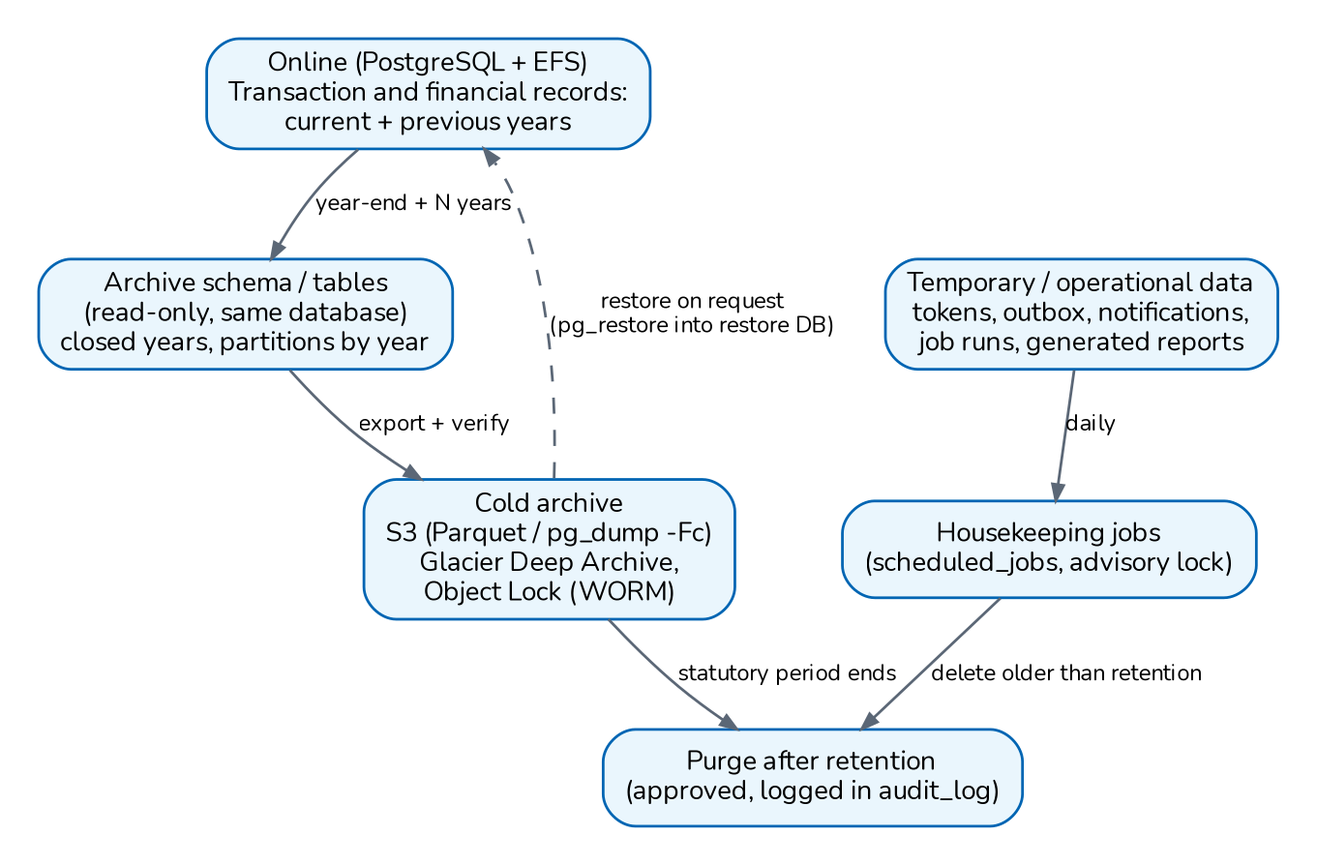
IortaTexhNXT-DEV/BDOI-OOTB keeps this Graphviz diagram as docs/architecture/diagrams/d10_data_lifecycle.png. Above is the earlier version. Its source is kept beside it as docs/architecture/diagrams/d10_data_lifecycle.dot. Source of this version:
```dot
digraph G {
  graph [rankdir=TB, fontname="Nunito", fontsize=11, nodesep=0.25, ranksep=0.45, pad=0.2];
  node  [shape=box, style="rounded,filled", fillcolor="#EAF6FD", color="#0065B3", fontname="Nunito", fontsize=10];
  edge  [color="#5B6776", fontname="Nunito", fontsize=8.5, arrowsize=0.6];
  live [label="Online (PostgreSQL + EFS)\nTransaction and financial records:\ncurrent + previous years"];
  arch [label="Archive schema / tables\n(read-only, same database)\nclosed years, partitions by year"];
  cold [label="Cold archive\nS3 (Parquet / pg_dump -Fc)\nGlacier Deep Archive,\nObject Lock (WORM)"];
  purge [label="Purge after retention\n(approved, logged in audit_log)"];
  tmp [label="Temporary / operational data\ntokens, outbox, notifications,\njob runs, generated reports"];
  hk [label="Housekeeping jobs\n(scheduled_jobs, advisory lock)"];
  live -> arch [label="year-end + N years"]; arch -> cold [label="export + verify"]; cold -> purge [label="statutory period ends"];
  tmp -> hk [label="daily"]; hk -> purge [label="delete older than retention"];
  cold -> live [label="restore on request\n(pg_restore into restore DB)", style=dashed];
}
```
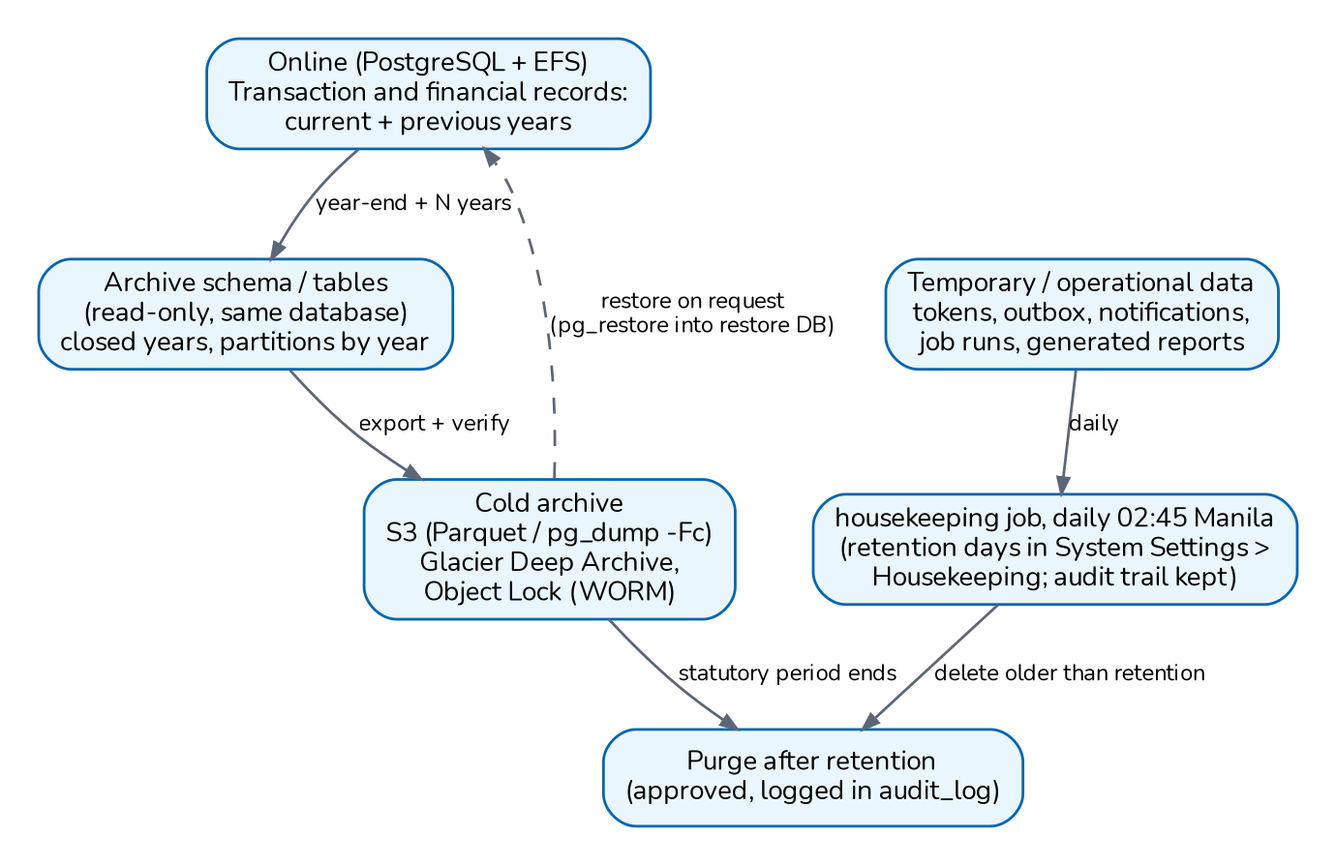
The same diagram one commit later.

The edit, as a diff of the source:
```diff
@@ -7,7 +7,7 @@
   cold [label="Cold archive\nS3 (Parquet / pg_dump -Fc)\nGlacier Deep Archive,\nObject Lock (WORM)"];
   purge [label="Purge after retention\n(approved, logged in audit_log)"];
   tmp [label="Temporary / operational data\ntokens, outbox, notifications,\njob runs, generated reports"];
-  hk [label="Housekeeping jobs\n(scheduled_jobs, advisory lock)"];
+  hk [label="housekeeping job, daily 02:45 Manila\n(retention days in System Settings >\nHousekeeping; audit trail kept)"];
   live -> arch [label="year-end + N years"]; arch -> cold [label="export + verify"]; cold -> purge [label="statutory period ends"];
   tmp -> hk [label="daily"]; hk -> purge [label="delete older than retention"];
   cold -> live [label="restore on request\n(pg_restore into restore DB)", style=dashed];
```
